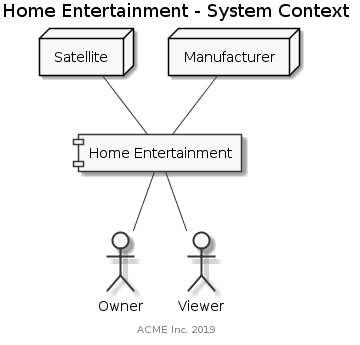
Before: system/0.9.0/_images/system-context-business.png, a diagram exported from PlantUML (anoff/antora-arc42).
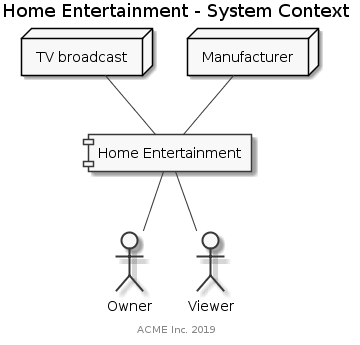
The same diagram one commit later.

The edit, as a diff of the source:
```diff
@@ -8,10 +8,10 @@
 actor Owner
 actor Viewer
 node Manufacturer
-node Satellite
+node "TV broadcast" as broadcast
 
 system -down- Owner
 system -down- Viewer
 system -up- Manufacturer
-system -up- Satellite
+system -up- broadcast
 @enduml
```
